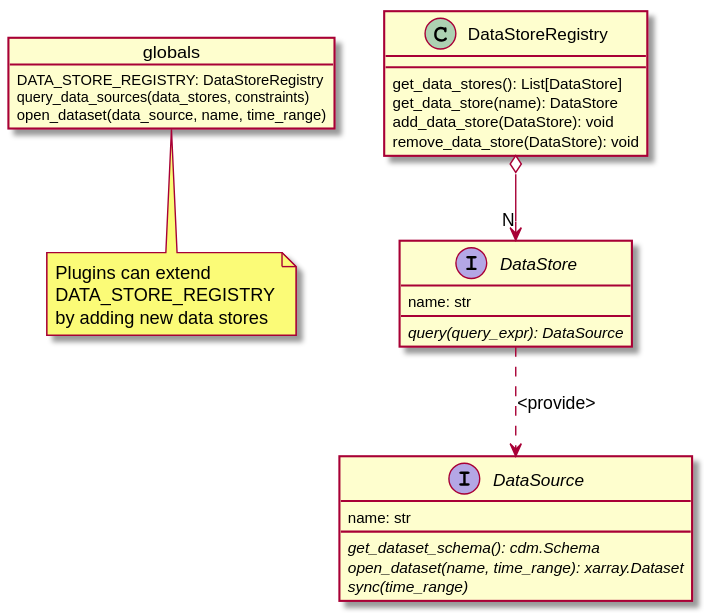
Before: doc/source/_static/uml/ds.svg, a diagram exported from PlantUML (CCI-Tools/cate). Its source is kept beside it as doc/source/uml/ds.puml. Source of this version:
```plantuml
@startuml

object globals {
    DATA_STORE_REGISTRY: DataStoreRegistry
    query_data_sources(data_stores, constraints)
    open_dataset(data_source, name, time_range)
}

note bottom of globals
Plugins can extend
DATA_STORE_REGISTRY
by adding new data stores
end note

class DataStoreRegistry {
    get_data_stores(): List[DataStore]
    get_data_store(name): DataStore
    add_data_store(DataStore): void
    remove_data_store(DataStore): void
}

interface DataStore {
    name: str
    {abstract} query(query_expr): DataSource
}

interface DataSource {
    name: str
    {abstract} get_dataset_schema(): cdm.Schema
    {abstract} open_dataset(name, time_range): xarray.Dataset
    {abstract} sync(time_range)
}

DataStoreRegistry o--> "N" DataStore
DataStore  ..>  DataSource: <provide>


@enduml
```
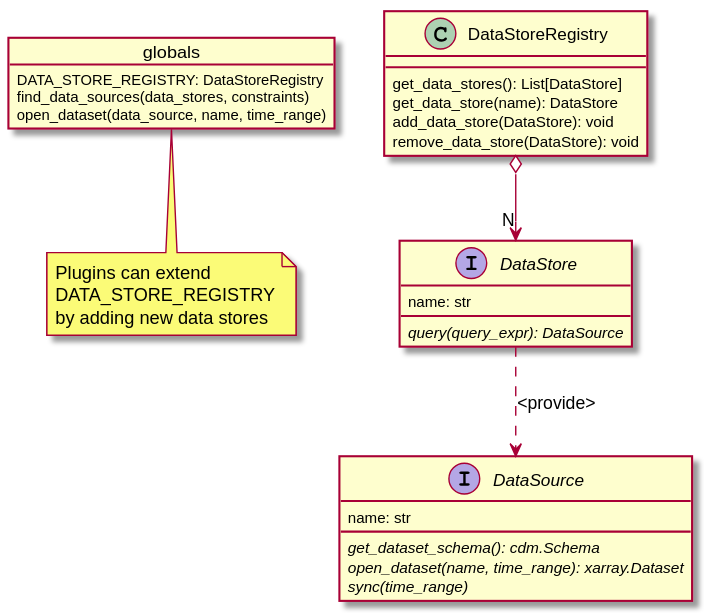
The same diagram one commit later.

Change to the diagram source:
```diff
@@ -2,7 +2,7 @@
 
 object globals {
     DATA_STORE_REGISTRY: DataStoreRegistry
-    query_data_sources(data_stores, constraints)
+    find_data_sources(data_stores, constraints)
     open_dataset(data_source, name, time_range)
 }
 
```
